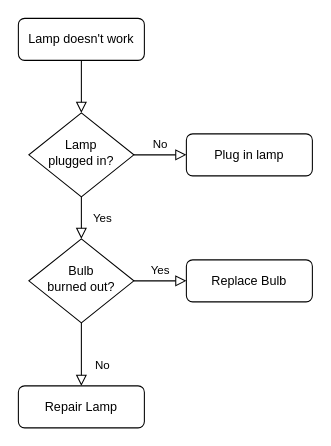
Before: Untitled Diagram.drawio in shimingyah/diagrams, a draw.io diagram. Source tidied: cells renumbered, new cells numbered last; positions are measured from the earlier drawing's top-left corner, leaving out a move shared by most shapes. Both pictures are drawn from the tidied source at 105%, with x=0, y=0 at pixel (18, 18).
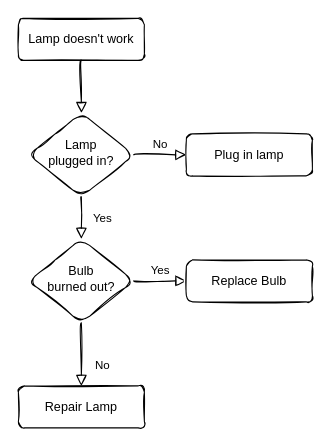
After the change.

Change to the diagram source:
```diff
@@
 <mxGraphModel>
   <root>
     <mxCell id="0" />
     <mxCell id="1" parent="0" />
-    <mxCell id="2" style="rounded=0;html=1;jettySize=auto;fontSize=11;endArrow=block;endFill=0;endSize=8;strokeWidth=1;shadow=0;labelBackgroundColor=none;edgeStyle=orthogonalEdgeStyle;" parent="1" edge="1" source="3" target="6">
+    <mxCell id="2" style="html=1;jettySize=auto;fontSize=11;endArrow=block;endFill=0;endSize=8;strokeWidth=1;shadow=0;labelBackgroundColor=none;edgeStyle=orthogonalEdgeStyle;sketch=1;curved=1;" parent="1" edge="1" source="3" target="6">
       <mxGeometry relative="1" as="geometry" />
     </mxCell>
-    <mxCell id="3" value="Lamp doesn't work" style="rounded=1;whiteSpace=wrap;html=1;fontSize=12;glass=0;strokeWidth=1;shadow=0;" parent="1" vertex="1">
+    <mxCell id="3" value="Lamp doesn't work" style="whiteSpace=wrap;html=1;fontSize=12;glass=0;strokeWidth=1;shadow=0;sketch=1;rounded=1;" parent="1" vertex="1">
       <mxGeometry width="120" height="40" as="geometry" />
     </mxCell>
-    <mxCell id="4" value="Yes" style="rounded=0;html=1;jettySize=auto;fontSize=11;endArrow=block;endFill=0;endSize=8;strokeWidth=1;shadow=0;labelBackgroundColor=none;edgeStyle=orthogonalEdgeStyle;" parent="1" edge="1" source="6" target="10">
+    <mxCell id="4" value="Yes" style="html=1;jettySize=auto;fontSize=11;endArrow=block;endFill=0;endSize=8;strokeWidth=1;shadow=0;labelBackgroundColor=none;edgeStyle=orthogonalEdgeStyle;sketch=1;curved=1;" parent="1" edge="1" source="6" target="10">
       <mxGeometry y="20" relative="1" as="geometry" />
     </mxCell>
-    <mxCell id="5" value="No" style="edgeStyle=orthogonalEdgeStyle;rounded=0;html=1;jettySize=auto;fontSize=11;endArrow=block;endFill=0;endSize=8;strokeWidth=1;shadow=0;labelBackgroundColor=none;" parent="1" edge="1" source="6" target="7">
+    <mxCell id="5" value="No" style="edgeStyle=orthogonalEdgeStyle;html=1;jettySize=auto;fontSize=11;endArrow=block;endFill=0;endSize=8;strokeWidth=1;shadow=0;labelBackgroundColor=none;sketch=1;curved=1;" parent="1" edge="1" source="6" target="7">
       <mxGeometry y="10" relative="1" as="geometry" />
     </mxCell>
-    <mxCell id="6" value="Lamp&lt;br&gt;plugged in?" style="rhombus;whiteSpace=wrap;html=1;shadow=0;fontFamily=Helvetica;fontSize=12;align=center;strokeWidth=1;spacing=6;spacingTop=-4;" parent="1" vertex="1">
+    <mxCell id="6" value="Lamp&lt;br&gt;plugged in?" style="rhombus;whiteSpace=wrap;html=1;shadow=0;fontFamily=Helvetica;fontSize=12;align=center;strokeWidth=1;spacing=6;spacingTop=-4;sketch=1;rounded=1;" parent="1" vertex="1">
       <mxGeometry x="10" y="90" width="100" height="80" as="geometry" />
     </mxCell>
-    <mxCell id="7" value="Plug in lamp" style="rounded=1;whiteSpace=wrap;html=1;fontSize=12;glass=0;strokeWidth=1;shadow=0;" parent="1" vertex="1">
+    <mxCell id="7" value="Plug in lamp" style="whiteSpace=wrap;html=1;fontSize=12;glass=0;strokeWidth=1;shadow=0;sketch=1;rounded=1;" parent="1" vertex="1">
       <mxGeometry x="160" y="110" width="120" height="40" as="geometry" />
     </mxCell>
-    <mxCell id="8" value="No" style="rounded=0;html=1;jettySize=auto;fontSize=11;endArrow=block;endFill=0;endSize=8;strokeWidth=1;shadow=0;labelBackgroundColor=none;edgeStyle=orthogonalEdgeStyle;" parent="1" edge="1" source="10" target="11">
+    <mxCell id="8" value="No" style="html=1;jettySize=auto;fontSize=11;endArrow=block;endFill=0;endSize=8;strokeWidth=1;shadow=0;labelBackgroundColor=none;edgeStyle=orthogonalEdgeStyle;sketch=1;curved=1;" parent="1" edge="1" source="10" target="11">
       <mxGeometry x="0.33" y="20" relative="1" as="geometry" />
     </mxCell>
-    <mxCell id="9" value="Yes" style="edgeStyle=orthogonalEdgeStyle;rounded=0;html=1;jettySize=auto;fontSize=11;endArrow=block;endFill=0;endSize=8;strokeWidth=1;shadow=0;labelBackgroundColor=none;" parent="1" edge="1" source="10" target="12">
+    <mxCell id="9" value="Yes" style="edgeStyle=orthogonalEdgeStyle;html=1;jettySize=auto;fontSize=11;endArrow=block;endFill=0;endSize=8;strokeWidth=1;shadow=0;labelBackgroundColor=none;sketch=1;curved=1;" parent="1" edge="1" source="10" target="12">
       <mxGeometry y="10" relative="1" as="geometry" />
     </mxCell>
-    <mxCell id="10" value="Bulb&lt;br&gt;burned out?" style="rhombus;whiteSpace=wrap;html=1;shadow=0;fontFamily=Helvetica;fontSize=12;align=center;strokeWidth=1;spacing=6;spacingTop=-4;" parent="1" vertex="1">
+    <mxCell id="10" value="Bulb&lt;br&gt;burned out?" style="rhombus;whiteSpace=wrap;html=1;shadow=0;fontFamily=Helvetica;fontSize=12;align=center;strokeWidth=1;spacing=6;spacingTop=-4;sketch=1;rounded=1;" parent="1" vertex="1">
       <mxGeometry x="10" y="210" width="100" height="80" as="geometry" />
     </mxCell>
-    <mxCell id="11" value="Repair Lamp" style="rounded=1;whiteSpace=wrap;html=1;fontSize=12;glass=0;strokeWidth=1;shadow=0;" parent="1" vertex="1">
+    <mxCell id="11" value="Repair Lamp" style="whiteSpace=wrap;html=1;fontSize=12;glass=0;strokeWidth=1;shadow=0;sketch=1;rounded=1;" parent="1" vertex="1">
       <mxGeometry y="350" width="120" height="40" as="geometry" />
     </mxCell>
-    <mxCell id="12" value="Replace Bulb" style="rounded=1;whiteSpace=wrap;html=1;fontSize=12;glass=0;strokeWidth=1;shadow=0;" parent="1" vertex="1">
+    <mxCell id="12" value="Replace Bulb" style="whiteSpace=wrap;html=1;fontSize=12;glass=0;strokeWidth=1;shadow=0;sketch=1;rounded=1;" parent="1" vertex="1">
       <mxGeometry x="160" y="230" width="120" height="40" as="geometry" />
     </mxCell>
   </root>
 </mxGraphModel>
```
